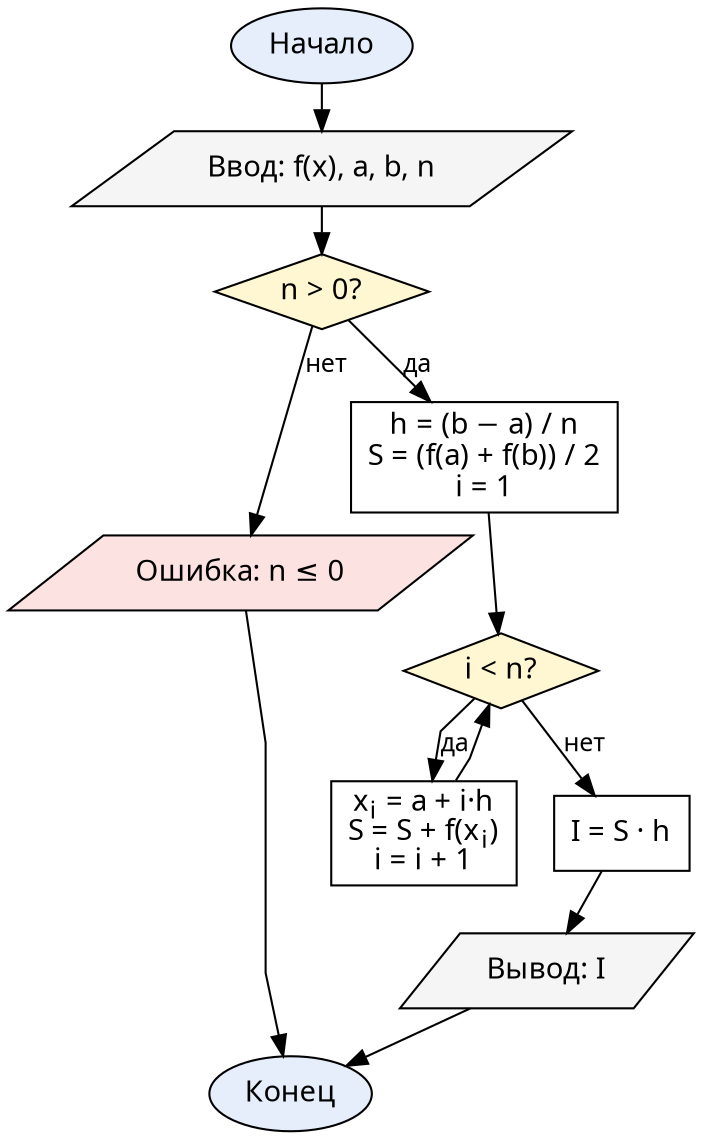
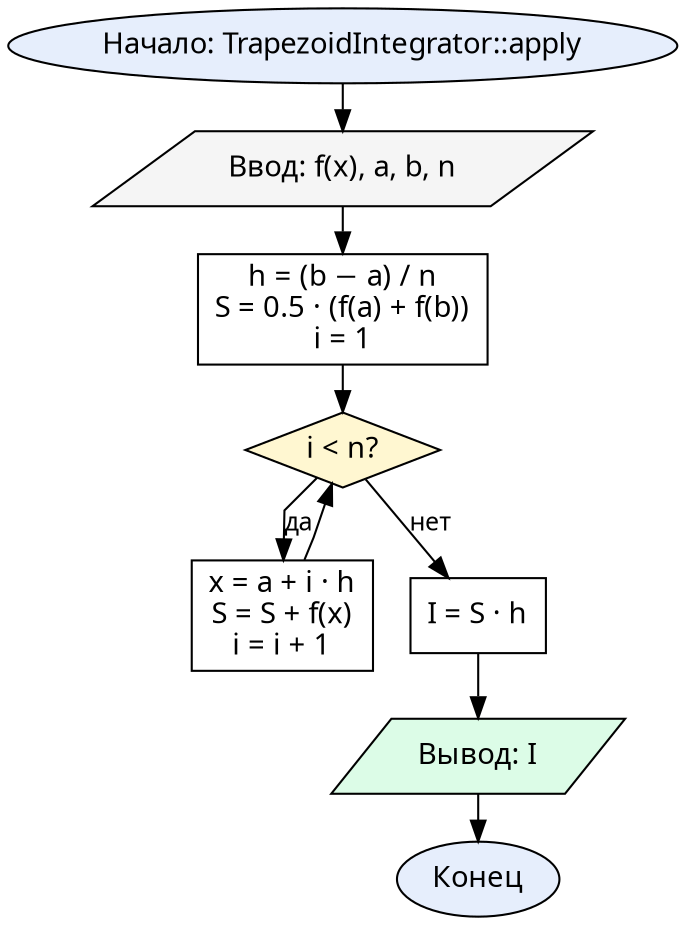
digraph Trapezoid {
  graph [fontname="CMU Serif", rankdir=TB, nodesep=0.25, ranksep=0.3, splines=polyline]
  node  [fontname="CMU Serif", fontsize=14, style="filled", fillcolor="#ffffff", color="#000000"]
  edge  [fontname="CMU Serif", fontsize=12, color="#000000"]

-   start [label="Начало", shape=oval, fillcolor="#e6eefc"]
-   input [label="Ввод: f(x), a, b, n", shape=parallelogram, fillcolor="#f5f5f5"]
-   chkN  [label=<n &gt; 0?>, shape=diamond, fillcolor="#fff7d1"]
-   err   [label="Ошибка: n ≤ 0", shape=parallelogram, fillcolor="#fde2e2"]
-   init  [label=<h = (b − a) / n<BR/>S = (f(a) + f(b)) / 2<BR/>i = 1>, shape=box]
-   loop  [label=<i &lt; n?>, shape=diamond, fillcolor="#fff7d1"]
-   body  [label=<x<SUB>i</SUB> = a + i·h<BR/>S = S + f(x<SUB>i</SUB>)<BR/>i = i + 1>, shape=box]
-   mul   [label=<I = S · h>, shape=box]
-   output [label=<Вывод: I>, shape=parallelogram, fillcolor="#f5f5f5"]
+   start  [label="Начало: TrapezoidIntegrator::apply", shape=oval, fillcolor="#e6eefc"]
+   input  [label="Ввод: f(x), a, b, n", shape=parallelogram, fillcolor="#f5f5f5"]
+   init   [label=<h = (b − a) / n<BR/>S = 0.5 · (f(a) + f(b))<BR/>i = 1>, shape=box]
+   loop   [label=<i &lt; n?>, shape=diamond, fillcolor="#fff7d1"]
+   body   [label=<x = a + i · h<BR/>S = S + f(x)<BR/>i = i + 1>, shape=box]
+   mul    [label=<I = S · h>, shape=box]
+   output [label=<Вывод: I>, shape=parallelogram, fillcolor="#dcfce7"]
  stop   [label="Конец", shape=oval, fillcolor="#e6eefc"]

-   start -> input -> chkN
-   chkN -> err [label="нет"]
-   err -> stop
-   chkN -> init [label="да"]
-   init -> loop
+   start -> input -> init -> loop
  loop -> body [label="да"]
  body -> loop
  loop -> mul [label="нет"]
  mul -> output -> stop
}
